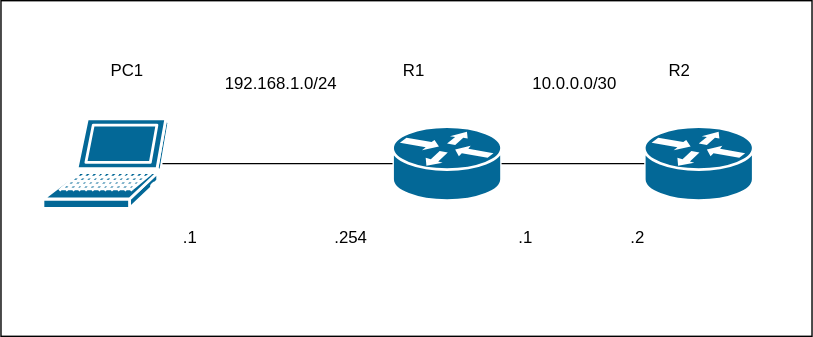
Before: basic_nat01/fig/static_nat01.drawio.svg, a diagram exported from draw.io (ECCNetLab/problems). Source tidied: cells renumbered, new cells last; positions are measured from the earlier drawing's top-left corner, leaving out a move shared by most shapes.
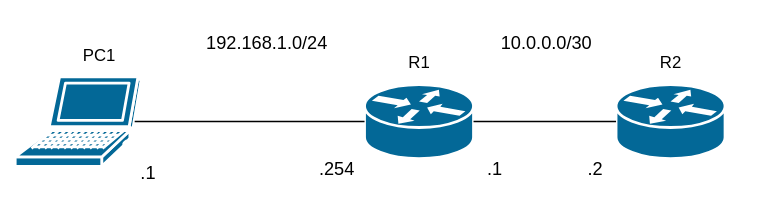
After the change.

Diff of the diagram source:
```diff
@@ -1,7 +1,10 @@
-<mxGraphModel background="#ffffff">
+<mxGraphModel>
   <root>
     <mxCell id="0" />
     <mxCell id="1" parent="0" />
+    <mxCell id="16" style="rounded=0;whiteSpace=wrap;html=1;fillColor=#FFFFFF;strokeColor=none;" parent="1" vertex="1">
+      <mxGeometry x="20" y="30" width="540" height="150" as="geometry" />
+    </mxCell>
     <mxCell id="2" style="shape=mxgraph.cisco.routers.router;sketch=0;html=1;dashed=0;fillColor=#036897;strokeColor=#ffffff;strokeWidth=2;verticalLabelPosition=bottom;verticalAlign=top;align=center;outlineConnect=0;" parent="1" vertex="1">
       <mxGeometry x="280" y="90" width="78" height="53" as="geometry" />
     </mxCell>
@@ -18,34 +21,31 @@
       <mxGeometry relative="1" as="geometry" />
     </mxCell>
     <mxCell id="7" value="PC1" style="text;html=1;align=center;verticalAlign=middle;strokeColor=none;fillColor=none;fontColor=#000000;" parent="1" vertex="1">
-      <mxGeometry x="70" y="40" width="40" height="20" as="geometry" />
+      <mxGeometry x="70" y="60" width="40" height="20" as="geometry" />
     </mxCell>
     <mxCell id="8" value="R1&lt;br&gt;" style="text;html=1;align=center;verticalAlign=middle;strokeColor=none;fillColor=none;fontColor=#000000;" parent="1" vertex="1">
-      <mxGeometry x="280" y="40" width="30" height="20" as="geometry" />
+      <mxGeometry x="304" y="64.5" width="30" height="20" as="geometry" />
     </mxCell>
     <mxCell id="9" value="R2" style="text;html=1;align=center;verticalAlign=middle;strokeColor=none;fillColor=none;fontColor=#000000;" parent="1" vertex="1">
-      <mxGeometry x="470" y="40" width="30" height="20" as="geometry" />
+      <mxGeometry x="484" y="64.5" width="30" height="20" as="geometry" />
     </mxCell>
-    <mxCell id="10" value="192.168.1.0/24" style="text;html=1;align=center;verticalAlign=middle;strokeColor=none;fillColor=none;fontColor=#000000;" parent="1" vertex="1">
-      <mxGeometry x="150" y="50" width="100" height="20" as="geometry" />
+    <mxCell id="10" value="&lt;font style=&quot;font-size: 13px&quot;&gt;192.168.1.0/24&lt;/font&gt;" style="text;html=1;align=center;verticalAlign=middle;strokeColor=none;fillColor=none;fontColor=#000000;" parent="1" vertex="1">
+      <mxGeometry x="160" y="50" width="100" height="20" as="geometry" />
     </mxCell>
-    <mxCell id="11" value="10.0.0.0/30" style="text;html=1;align=center;verticalAlign=middle;strokeColor=none;fillColor=none;fontColor=#000000;" parent="1" vertex="1">
+    <mxCell id="11" value="&lt;font style=&quot;font-size: 13px&quot;&gt;10.0.0.0/30&lt;/font&gt;" style="text;html=1;align=center;verticalAlign=middle;strokeColor=none;fillColor=none;fontColor=#000000;" parent="1" vertex="1">
       <mxGeometry x="370" y="50" width="80" height="20" as="geometry" />
     </mxCell>
-    <mxCell id="12" value=".1" style="text;html=1;align=center;verticalAlign=middle;strokeColor=none;fillColor=none;fontColor=#000000;" parent="1" vertex="1">
-      <mxGeometry x="120" y="160" width="30" height="20" as="geometry" />
+    <mxCell id="12" value=".1" style="text;html=1;align=center;verticalAlign=middle;strokeColor=none;fillColor=none;fontColor=#000000;fontSize=13;" parent="1" vertex="1">
+      <mxGeometry x="110" y="143" width="30" height="20" as="geometry" />
     </mxCell>
-    <mxCell id="13" value=".254" style="text;html=1;align=center;verticalAlign=middle;strokeColor=none;fillColor=none;fontColor=#000000;" parent="1" vertex="1">
-      <mxGeometry x="230" y="160" width="40" height="20" as="geometry" />
+    <mxCell id="13" value=".254" style="text;html=1;align=center;verticalAlign=middle;strokeColor=none;fillColor=none;fontColor=#000000;fontSize=13;" parent="1" vertex="1">
+      <mxGeometry x="240" y="140" width="40" height="20" as="geometry" />
     </mxCell>
-    <mxCell id="14" value=".1" style="text;html=1;align=center;verticalAlign=middle;strokeColor=none;fillColor=none;fontColor=#000000;" parent="1" vertex="1">
-      <mxGeometry x="360" y="160" width="30" height="20" as="geometry" />
+    <mxCell id="14" value=".1" style="text;html=1;align=center;verticalAlign=middle;strokeColor=none;fillColor=none;fontColor=#000000;fontSize=13;" parent="1" vertex="1">
+      <mxGeometry x="358" y="140" width="30" height="20" as="geometry" />
     </mxCell>
-    <mxCell id="15" value=".2" style="text;html=1;align=center;verticalAlign=middle;strokeColor=none;fillColor=none;fontColor=#000000;" parent="1" vertex="1">
-      <mxGeometry x="440" y="160" width="30" height="20" as="geometry" />
+    <mxCell id="15" value=".2" style="text;html=1;align=center;verticalAlign=middle;strokeColor=none;fillColor=none;fontColor=#000000;fontSize=13;" parent="1" vertex="1">
+      <mxGeometry x="430" y="140" width="30" height="20" as="geometry" />
     </mxCell>
-    <mxCell id="16" style="rounded=0;whiteSpace=wrap;html=1;fillColor=none;" parent="1" vertex="1">
-      <mxGeometry width="580" height="240" as="geometry" />
-    </mxCell>
   </root>
 </mxGraphModel>
```
